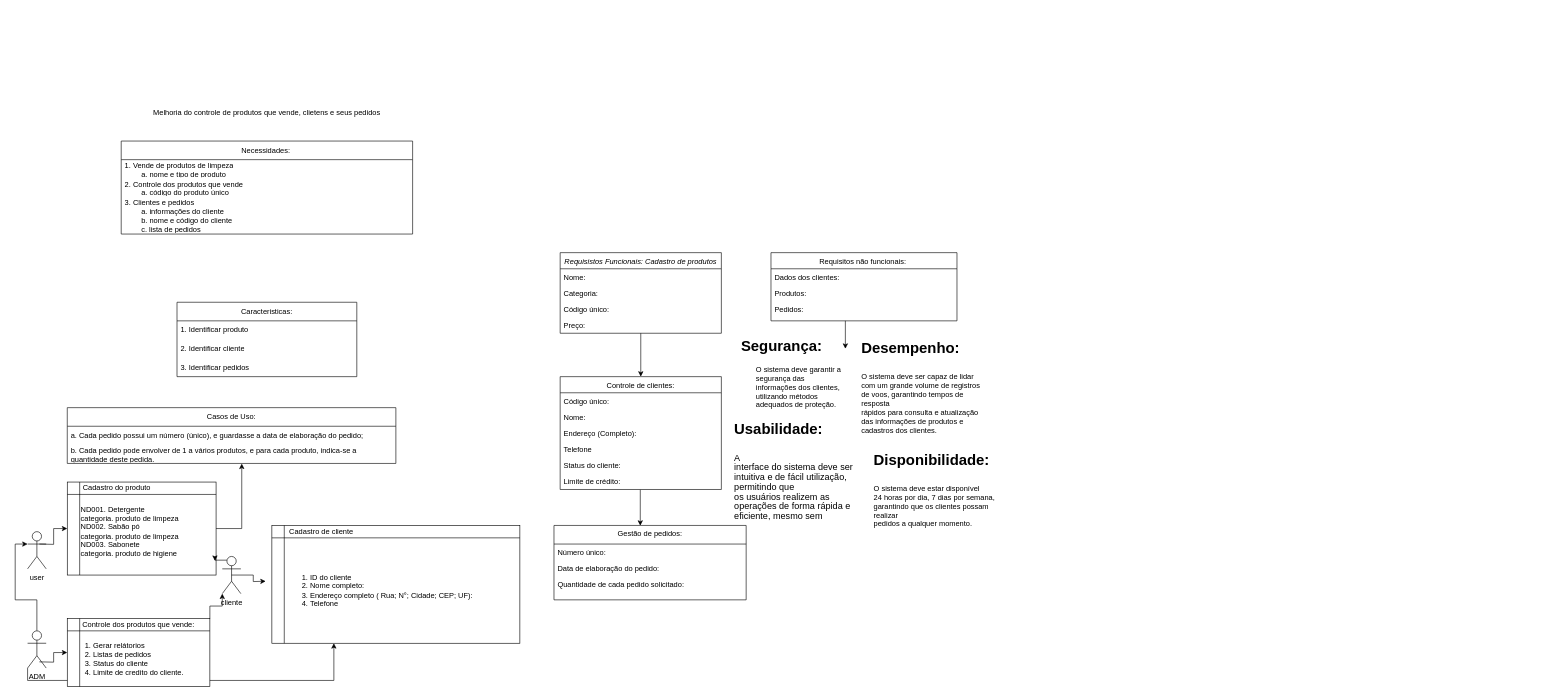
Earlier version of the draw.io diagram Diagrama sem nome.drawio (eCsmDv/eduardomarques). Source tidied: cells renumbered, new cells numbered last; positions are measured from the earlier drawing's top-left corner, leaving out a move shared by most shapes. Both pictures are drawn from the tidied source at 62%, with x=0, y=0 at pixel (27, 104).
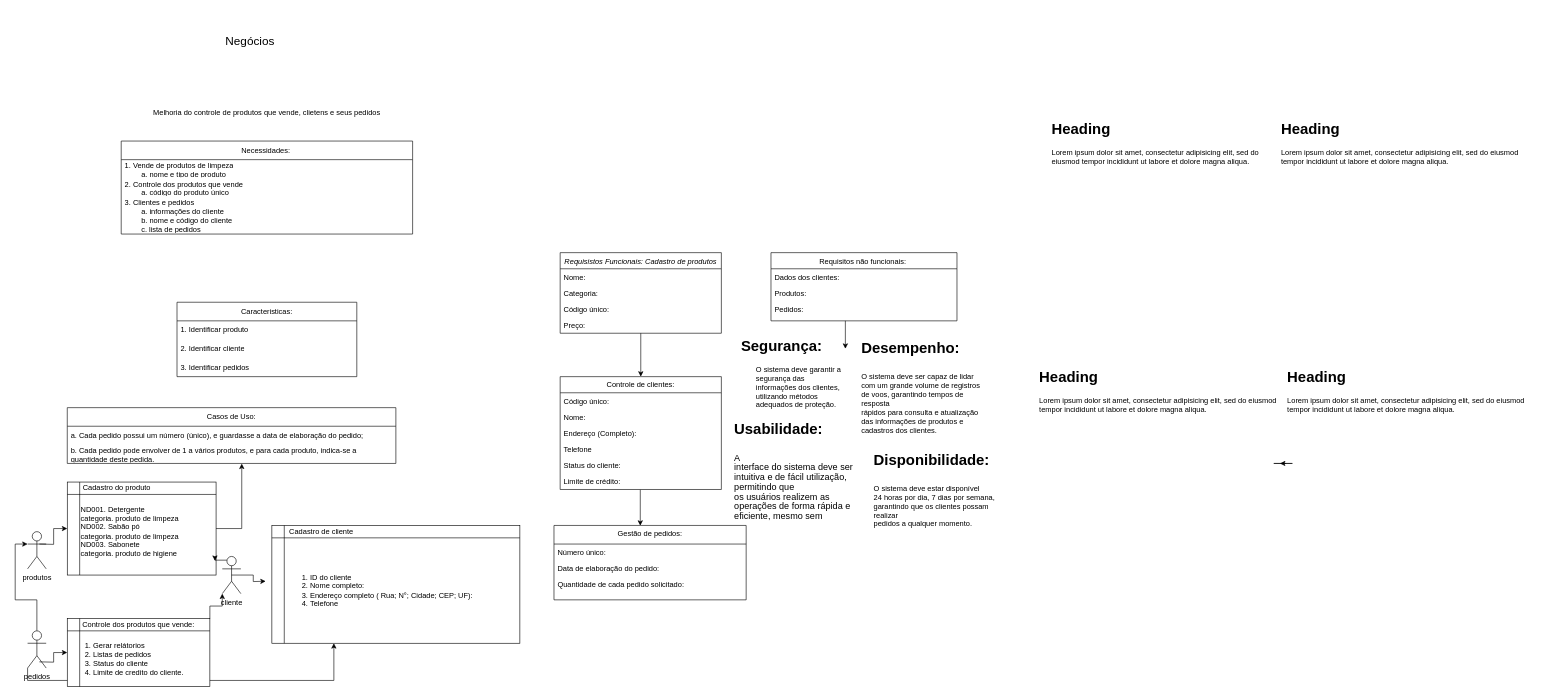
The same page after the edit.

The edit, as a diff of the source:
```diff
@@
-    <mxCell id="42" value="user" style="shape=umlActor;verticalLabelPosition=bottom;verticalAlign=top;html=1;outlineConnect=0;" parent="1" vertex="1">
+    <mxCell id="42" value="produtos" style="shape=umlActor;verticalLabelPosition=bottom;verticalAlign=top;html=1;outlineConnect=0;" parent="1" vertex="1">
       <mxGeometry y="690" width="30" height="60" as="geometry" />
     </mxCell>
@@
-    <mxCell id="48" value="ADM" style="shape=umlActor;verticalLabelPosition=bottom;verticalAlign=top;html=1;outlineConnect=0;" parent="1" vertex="1">
+    <mxCell id="48" value="pedidos" style="shape=umlActor;verticalLabelPosition=bottom;verticalAlign=top;html=1;outlineConnect=0;" parent="1" vertex="1">
       <mxGeometry y="850" width="30" height="60" as="geometry" />
     </mxCell>
@@
+    <mxCell id="61" value="&lt;font style=&quot;font-size: 19px;&quot;&gt;Negócios&lt;/font&gt;" style="text;html=1;align=center;verticalAlign=middle;whiteSpace=wrap;rounded=0;" parent="1" vertex="1">
+      <mxGeometry x="214" y="-150" width="290" height="100" as="geometry" />
+    </mxCell>
+    <mxCell id="62" value="&lt;h1 style=&quot;margin-top: 0px;&quot;&gt;Heading&lt;/h1&gt;&lt;p&gt;Lorem ipsum dolor sit amet, consectetur adipisicing elit, sed do eiusmod tempor incididunt ut labore et dolore magna aliqua.&lt;/p&gt;" style="text;html=1;whiteSpace=wrap;overflow=hidden;rounded=0;" parent="1" vertex="1">
+      <mxGeometry x="1650" y="20" width="380" height="350" as="geometry" />
+    </mxCell>
+    <mxCell id="63" value="&lt;h1 style=&quot;margin-top: 0px;&quot;&gt;Heading&lt;/h1&gt;&lt;p&gt;Lorem ipsum dolor sit amet, consectetur adipisicing elit, sed do eiusmod tempor incididunt ut labore et dolore magna aliqua.&lt;/p&gt;" style="text;html=1;whiteSpace=wrap;overflow=hidden;rounded=0;" parent="1" vertex="1">
+      <mxGeometry x="2020" y="20" width="420" height="320" as="geometry" />
+    </mxCell>
+    <mxCell id="64" style="edgeStyle=orthogonalEdgeStyle;rounded=0;jettySize=auto;html=1;" parent="1" edge="1" source="65" target="66">
+      <mxGeometry relative="1" as="geometry" />
+    </mxCell>
+    <mxCell id="65" value="&lt;h1 style=&quot;margin-top: 0px;&quot;&gt;Heading&lt;/h1&gt;&lt;p&gt;Lorem ipsum dolor sit amet, consectetur adipisicing elit, sed do eiusmod tempor incididunt ut labore et dolore magna aliqua.&lt;/p&gt;" style="text;html=1;whiteSpace=wrap;overflow=hidden;rounded=0;" parent="1" vertex="1">
+      <mxGeometry x="2030" y="420" width="420" height="320" as="geometry" />
+    </mxCell>
+    <mxCell id="66" value="&lt;h1 style=&quot;margin-top: 0px;&quot;&gt;Heading&lt;/h1&gt;&lt;p&gt;Lorem ipsum dolor sit amet, consectetur adipisicing elit, sed do eiusmod tempor incididunt ut labore et dolore magna aliqua.&lt;/p&gt;" style="text;html=1;whiteSpace=wrap;overflow=hidden;rounded=0;" parent="1" vertex="1">
+      <mxGeometry x="1630" y="420" width="390" height="320" as="geometry" />
+    </mxCell>
```
